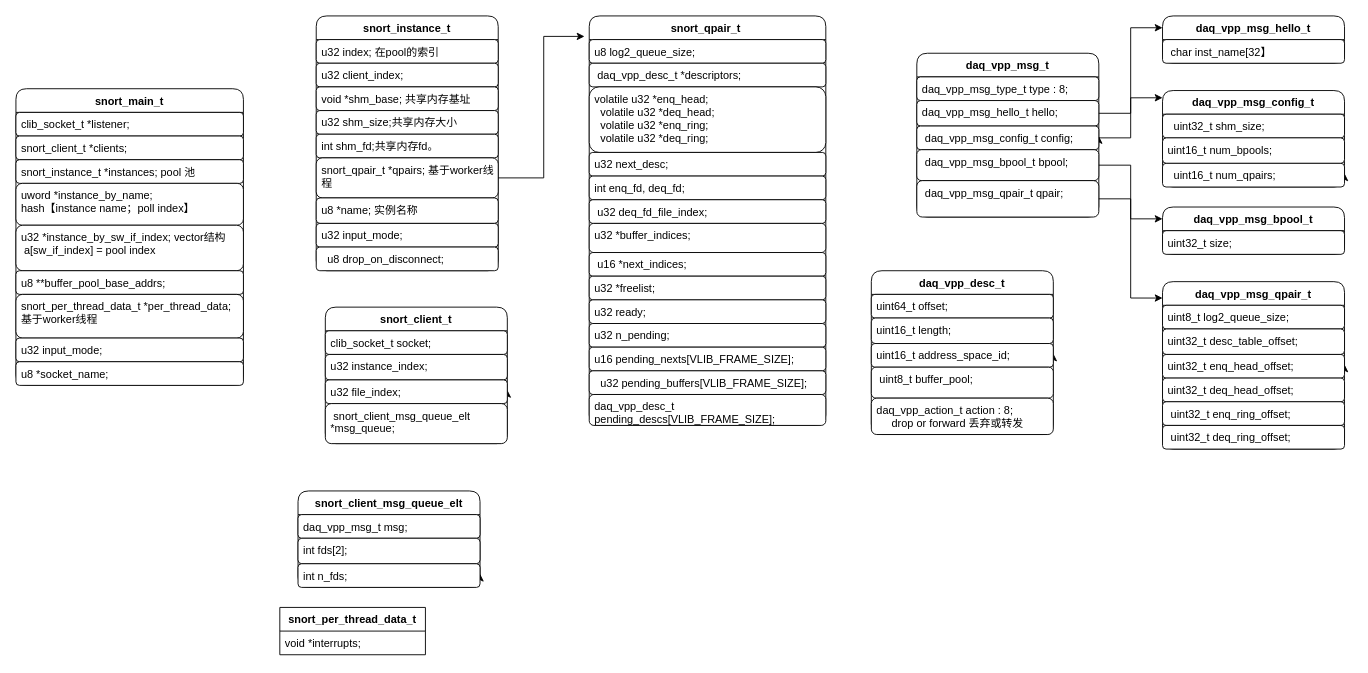
jin13417/dpdk-vpp-learning keeps this draw.io diagram as new_map/snort.drawio. Above is the earlier version. Source tidied: cells renumbered, new cells numbered last; positions are measured from the earlier drawing's top-left corner, leaving out a move shared by most shapes. Both pictures are drawn from the tidied source at 91%, with x=0, y=0 at pixel (15, 15).
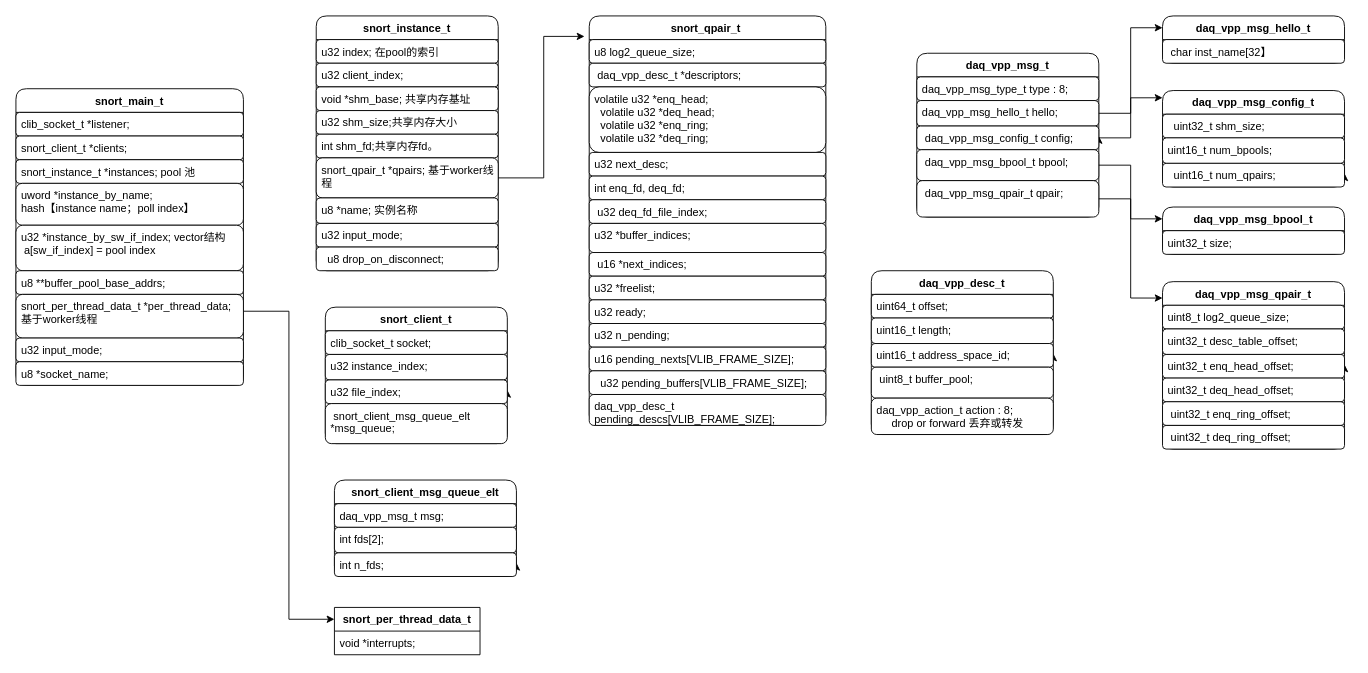
After the change.

The change refers to these unchanged cells:
```xml
<mxCell id="2" value="snort_main_t" style="swimlane;fontStyle=1;align=center;verticalAlign=top;horizontal=1;startSize=26;whiteSpace=wrap;html=1;rounded=1;" parent="1" vertex="1">
  <mxGeometry y="80" width="250" height="326" as="geometry" />
</mxCell>
```

What changed in the source:
```diff
@@
+    <mxCell id="87" style="edgeStyle=orthogonalEdgeStyle;rounded=0;jettySize=auto;html=1;exitX=1;exitY=0.75;exitDx=0;exitDy=0;entryX=0;entryY=0.25;entryDx=0;entryDy=0;" parent="1" edge="1" source="2" target="12">
+      <mxGeometry relative="1" as="geometry" />
+    </mxCell>
@@
     <mxCell id="12" value="snort_per_thread_data_t" style="swimlane;fontStyle=1;align=center;verticalAlign=top;horizontal=1;startSize=26;whiteSpace=wrap;html=1;" parent="1" vertex="1">
-      <mxGeometry x="290" y="650" width="160" height="52" as="geometry" />
+      <mxGeometry x="350" y="650" width="160" height="52" as="geometry" />
     </mxCell>
@@
     <mxCell id="40" value="snort_client_msg_queue_elt" style="swimlane;fontStyle=1;align=center;verticalAlign=top;horizontal=1;startSize=26;whiteSpace=wrap;html=1;rounded=1;" parent="1" vertex="1">
-      <mxGeometry x="310" y="522" width="200" height="106" as="geometry" />
+      <mxGeometry x="350" y="510" width="200" height="106" as="geometry" />
     </mxCell>
```
